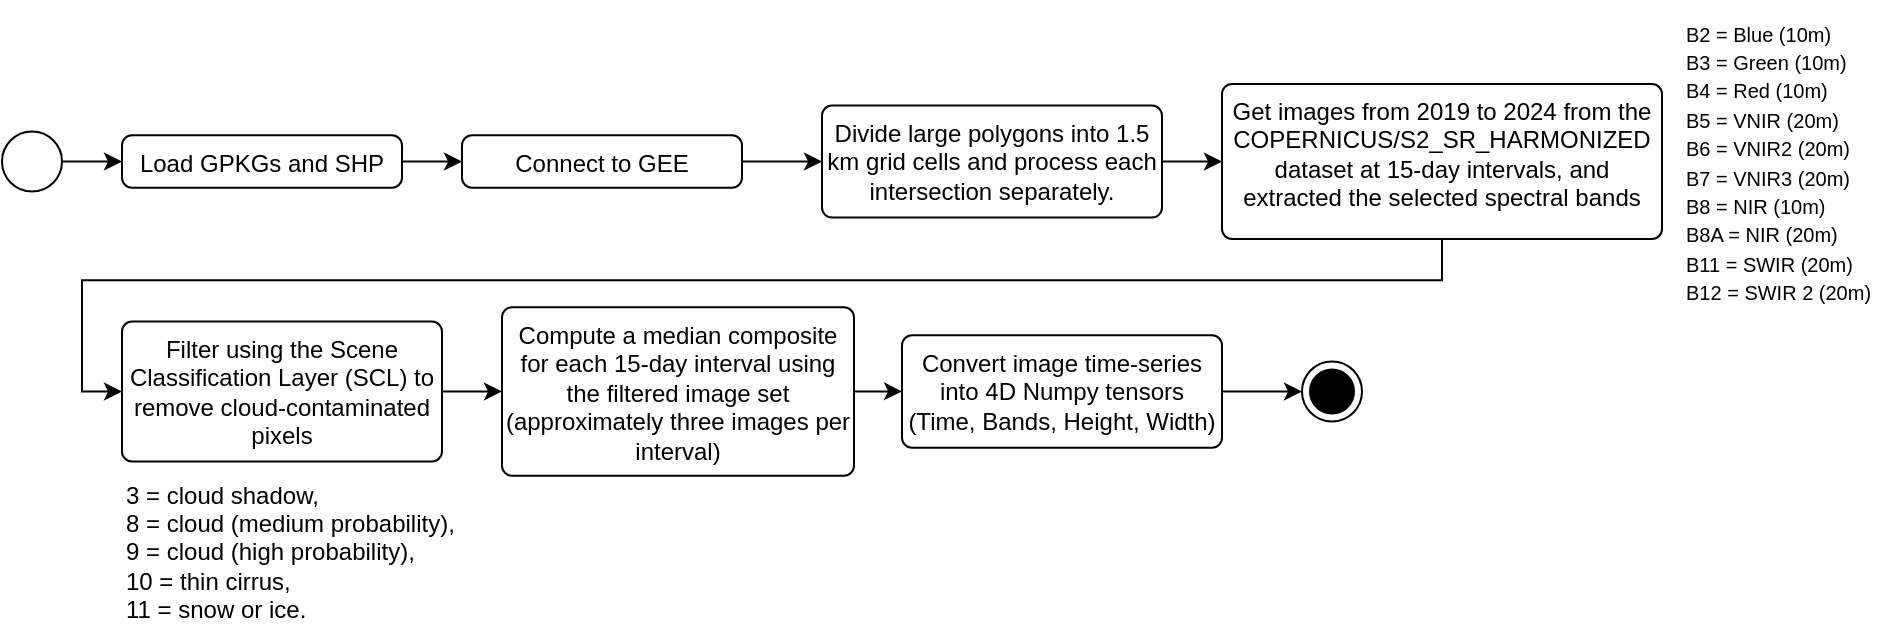
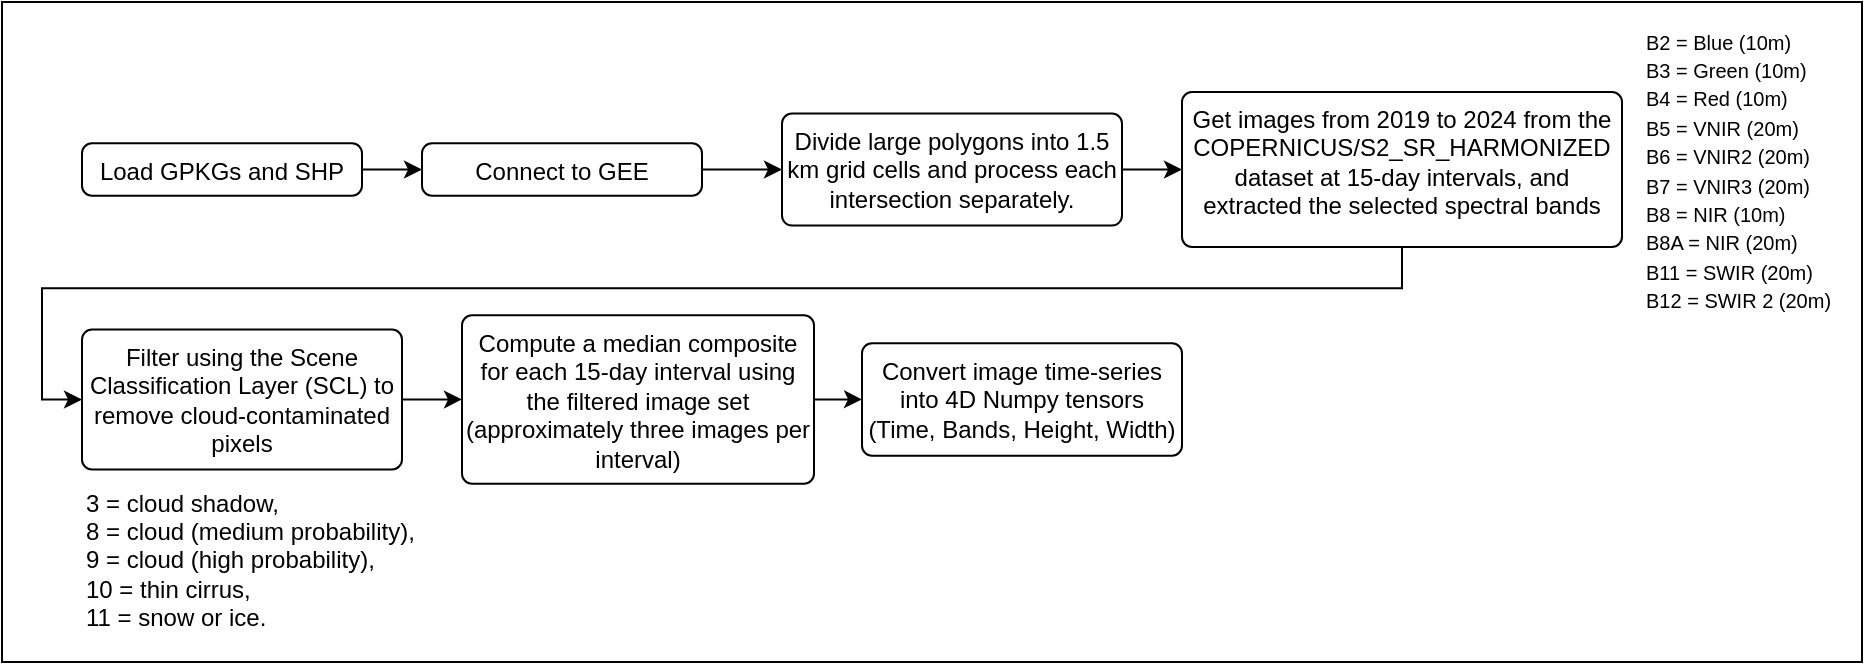
- <mxfile host="Electron" agent="Mozilla/5.0 (X11; Linux x86_64) AppleWebKit/537.36 (KHTML, like Gecko) draw.io/29.6.6 Chrome/144.0.7559.236 Electron/40.8.4 Safari/537.36" version="29.6.6">
+ <mxfile host="Electron" agent="Mozilla/5.0 (X11; Linux x86_64) AppleWebKit/537.36 (KHTML, like Gecko) draw.io/29.6.6 Chrome/144.0.7559.236 Electron/40.8.4 Safari/537.36">
  <diagram name="Página-1" id="ajuivLIZLbuZx72DHj2N">
-     <mxGraphModel dx="1188" dy="737" grid="1" gridSize="10" guides="1" tooltips="1" connect="1" arrows="1" fold="1" page="1" pageScale="1" pageWidth="827" pageHeight="1169" math="0" shadow="0">
+     <mxGraphModel dx="1488" dy="931" grid="1" gridSize="10" guides="1" tooltips="1" connect="1" arrows="1" fold="1" page="1" pageScale="1" pageWidth="827" pageHeight="1169" math="0" shadow="0">
      <root>
        <mxCell id="0" />
        <mxCell id="1" parent="0" />
-         <mxCell id="KXGhCOxQ1NSeSSTKAIZr-11" edge="1" parent="1" source="KXGhCOxQ1NSeSSTKAIZr-1" style="edgeStyle=orthogonalEdgeStyle;rounded=0;orthogonalLoop=1;jettySize=auto;html=1;" target="KXGhCOxQ1NSeSSTKAIZr-9" value="">
-           <mxGeometry relative="1" as="geometry" />
-         </mxCell>
-         <mxCell id="KXGhCOxQ1NSeSSTKAIZr-1" parent="1" style="ellipse;html=1;" value="" vertex="1">
-           <mxGeometry height="30" width="30" x="70" y="338.75" as="geometry" />
+         <mxCell id="zAo_ps2QKQjH3a5VI-JJ-1" parent="1" style="rounded=0;whiteSpace=wrap;html=1;fillColor=none;" value="" vertex="1">
+           <mxGeometry height="330" width="930" x="90" y="270" as="geometry" />
        </mxCell>
        <mxCell id="KXGhCOxQ1NSeSSTKAIZr-29" edge="1" parent="1" source="KXGhCOxQ1NSeSSTKAIZr-4" style="edgeStyle=orthogonalEdgeStyle;rounded=0;orthogonalLoop=1;jettySize=auto;html=1;exitX=0.5;exitY=1;exitDx=0;exitDy=0;entryX=0;entryY=0.5;entryDx=0;entryDy=0;" target="KXGhCOxQ1NSeSSTKAIZr-19">
          <mxGeometry relative="1" as="geometry" />
        </mxCell>
        <mxCell id="KXGhCOxQ1NSeSSTKAIZr-4" parent="1" style="html=1;align=center;verticalAlign=top;rounded=1;absoluteArcSize=1;arcSize=10;dashed=0;whiteSpace=wrap;" value="Get images from 2019 to 2024 from the COPERNICUS/S2_SR_HARMONIZED dataset at 15-day intervals, and extracted the selected spectral bands" vertex="1">
          <mxGeometry height="77.5" width="220" x="680" y="315" as="geometry" />
        </mxCell>
        <mxCell id="KXGhCOxQ1NSeSSTKAIZr-12" edge="1" parent="1" source="KXGhCOxQ1NSeSSTKAIZr-9" style="edgeStyle=orthogonalEdgeStyle;rounded=0;orthogonalLoop=1;jettySize=auto;html=1;" target="KXGhCOxQ1NSeSSTKAIZr-10" value="">
          <mxGeometry relative="1" as="geometry" />
        </mxCell>
        <mxCell id="KXGhCOxQ1NSeSSTKAIZr-9" parent="1" style="html=1;align=center;verticalAlign=top;rounded=1;absoluteArcSize=1;arcSize=10;dashed=0;whiteSpace=wrap;" value="Load GPKGs and SHP" vertex="1">
          <mxGeometry height="26.25" width="140" x="130" y="340.63" as="geometry" />
        </mxCell>
        <mxCell id="j3fVfiA4TLcXjAy1hkZx-8" edge="1" parent="1" source="KXGhCOxQ1NSeSSTKAIZr-10" style="edgeStyle=orthogonalEdgeStyle;rounded=0;orthogonalLoop=1;jettySize=auto;html=1;" target="j3fVfiA4TLcXjAy1hkZx-4" value="">
          <mxGeometry relative="1" as="geometry" />
        </mxCell>
        <mxCell id="KXGhCOxQ1NSeSSTKAIZr-10" parent="1" style="html=1;align=center;verticalAlign=top;rounded=1;absoluteArcSize=1;arcSize=10;dashed=0;whiteSpace=wrap;" value="Connect to GEE" vertex="1">
          <mxGeometry height="26.25" width="140" x="300" y="340.63" as="geometry" />
        </mxCell>
        <mxCell id="KXGhCOxQ1NSeSSTKAIZr-18" parent="1" style="text;html=1;whiteSpace=wrap;strokeColor=none;fillColor=none;align=left;verticalAlign=middle;rounded=0;" value="&lt;font style=&quot;font-size: 10px;&quot;&gt;B2 = Blue (10m)&lt;/font&gt;&lt;div&gt;&lt;font style=&quot;font-size: 10px;&quot;&gt;B3 = Green (10m)&lt;/font&gt;&lt;/div&gt;&lt;div&gt;&lt;font style=&quot;font-size: 10px;&quot;&gt;B4 = Red (10m)&lt;/font&gt;&lt;/div&gt;&lt;div&gt;&lt;font style=&quot;font-size: 10px;&quot;&gt;B5 = VNIR (20m)&lt;/font&gt;&lt;/div&gt;&lt;div&gt;&lt;font style=&quot;font-size: 10px;&quot;&gt;B6 = VNIR2 (20m)&lt;/font&gt;&lt;/div&gt;&lt;div&gt;&lt;font style=&quot;font-size: 10px;&quot;&gt;B7 = VNIR3 (20m)&lt;/font&gt;&lt;/div&gt;&lt;div&gt;&lt;font style=&quot;font-size: 10px;&quot;&gt;B8 = NIR (10m)&lt;/font&gt;&lt;/div&gt;&lt;div&gt;&lt;font style=&quot;font-size: 10px;&quot;&gt;B8A = NIR (20m)&lt;/font&gt;&lt;/div&gt;&lt;div&gt;&lt;font style=&quot;font-size: 10px;&quot;&gt;B11 = SWIR (20m)&lt;/font&gt;&lt;/div&gt;&lt;div&gt;&lt;font style=&quot;font-size: 10px;&quot;&gt;B12 = SWIR 2 (20m)&lt;/font&gt;&lt;/div&gt;" vertex="1">
          <mxGeometry height="160" width="100" x="910" y="273.75" as="geometry" />
        </mxCell>
        <mxCell id="KXGhCOxQ1NSeSSTKAIZr-24" edge="1" parent="1" source="KXGhCOxQ1NSeSSTKAIZr-19" style="edgeStyle=orthogonalEdgeStyle;rounded=0;orthogonalLoop=1;jettySize=auto;html=1;" target="KXGhCOxQ1NSeSSTKAIZr-23" value="">
          <mxGeometry relative="1" as="geometry" />
        </mxCell>
        <mxCell id="KXGhCOxQ1NSeSSTKAIZr-19" parent="1" style="html=1;align=center;verticalAlign=top;rounded=1;absoluteArcSize=1;arcSize=10;dashed=0;whiteSpace=wrap;" value="Filter using the Scene Classification Layer (SCL) to remove cloud-contaminated pixels" vertex="1">
          <mxGeometry height="70" width="160" x="130" y="433.75" as="geometry" />
        </mxCell>
        <mxCell id="VA2QwxIFZfztoSDUJDnK-3" edge="1" parent="1" source="KXGhCOxQ1NSeSSTKAIZr-23" style="edgeStyle=orthogonalEdgeStyle;rounded=0;orthogonalLoop=1;jettySize=auto;html=1;" target="VA2QwxIFZfztoSDUJDnK-1" value="">
          <mxGeometry relative="1" as="geometry" />
        </mxCell>
        <mxCell id="KXGhCOxQ1NSeSSTKAIZr-23" parent="1" style="html=1;align=center;verticalAlign=top;rounded=1;absoluteArcSize=1;arcSize=10;dashed=0;whiteSpace=wrap;" value="Compute a median composite for each 15-day interval using the filtered image set (approximately three images per interval)" vertex="1">
          <mxGeometry height="84.22" width="176" x="320" y="426.64" as="geometry" />
        </mxCell>
        <mxCell id="KXGhCOxQ1NSeSSTKAIZr-25" parent="1" style="text;html=1;whiteSpace=wrap;strokeColor=none;fillColor=none;align=left;verticalAlign=middle;rounded=0;" value="3 = cloud shadow,&lt;br data-start=&quot;98&quot; data-end=&quot;101&quot;&gt;8 = cloud (medium probability),&lt;br&gt;9 = cloud (high probability),&lt;br&gt;&lt;div style=&quot;&quot;&gt;&lt;span style=&quot;background-color: transparent; color: light-dark(rgb(0, 0, 0), rgb(255, 255, 255));&quot;&gt;10 = thin cirrus,&lt;/span&gt;&lt;/div&gt;11 = snow or ice." vertex="1">
          <mxGeometry height="82.5" width="170" x="130" y="507.5" as="geometry" />
        </mxCell>
-         <mxCell id="VA2QwxIFZfztoSDUJDnK-4" edge="1" parent="1" source="VA2QwxIFZfztoSDUJDnK-1" style="edgeStyle=orthogonalEdgeStyle;rounded=0;orthogonalLoop=1;jettySize=auto;html=1;entryX=0;entryY=0.5;entryDx=0;entryDy=0;" target="j3fVfiA4TLcXjAy1hkZx-1" value="">
-           <mxGeometry relative="1" as="geometry">
-             <mxPoint x="720" y="468.75" as="targetPoint" />
-           </mxGeometry>
-         </mxCell>
        <mxCell id="VA2QwxIFZfztoSDUJDnK-1" parent="1" style="html=1;align=center;verticalAlign=top;rounded=1;absoluteArcSize=1;arcSize=10;dashed=0;whiteSpace=wrap;" value="Convert image time-series into 4D Numpy tensors (Time, Bands, Height, Width)" vertex="1">
          <mxGeometry height="56.25" width="160" x="520" y="440.63" as="geometry" />
-         </mxCell>
-         <mxCell id="j3fVfiA4TLcXjAy1hkZx-1" parent="1" style="ellipse;html=1;shape=endState;fillColor=strokeColor;" value="" vertex="1">
-           <mxGeometry height="30" width="30" x="720" y="453.75" as="geometry" />
        </mxCell>
        <mxCell id="j3fVfiA4TLcXjAy1hkZx-6" edge="1" parent="1" source="j3fVfiA4TLcXjAy1hkZx-4" style="edgeStyle=orthogonalEdgeStyle;rounded=0;orthogonalLoop=1;jettySize=auto;html=1;" target="KXGhCOxQ1NSeSSTKAIZr-4" value="">
          <mxGeometry relative="1" as="geometry" />
        </mxCell>
        <mxCell id="j3fVfiA4TLcXjAy1hkZx-4" parent="1" style="html=1;align=center;verticalAlign=top;rounded=1;absoluteArcSize=1;arcSize=10;dashed=0;whiteSpace=wrap;" value="Divide large polygons into 1.5 km grid cells and process each intersection separately." vertex="1">
          <mxGeometry height="56" width="170" x="480" y="325.76" as="geometry" />
        </mxCell>
      </root>
    </mxGraphModel>
  </diagram>
</mxfile>
